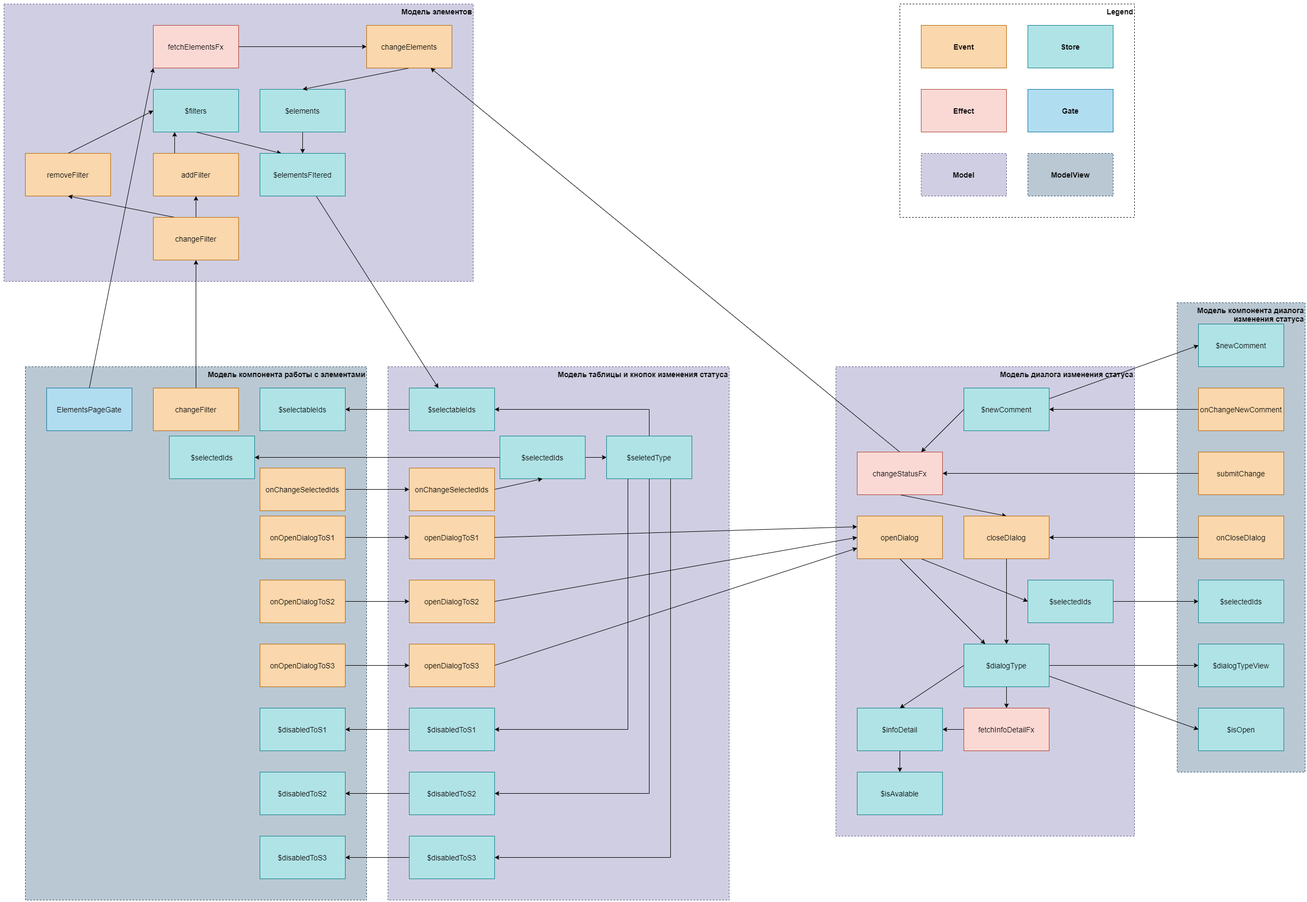
Before: images/elementsControllerModel.png, a diagram exported from draw.io (ZothOmmog/elements-controller). Source tidied: cells renumbered, new cells last; positions are measured from the earlier drawing's top-left corner, leaving out a move shared by most shapes.
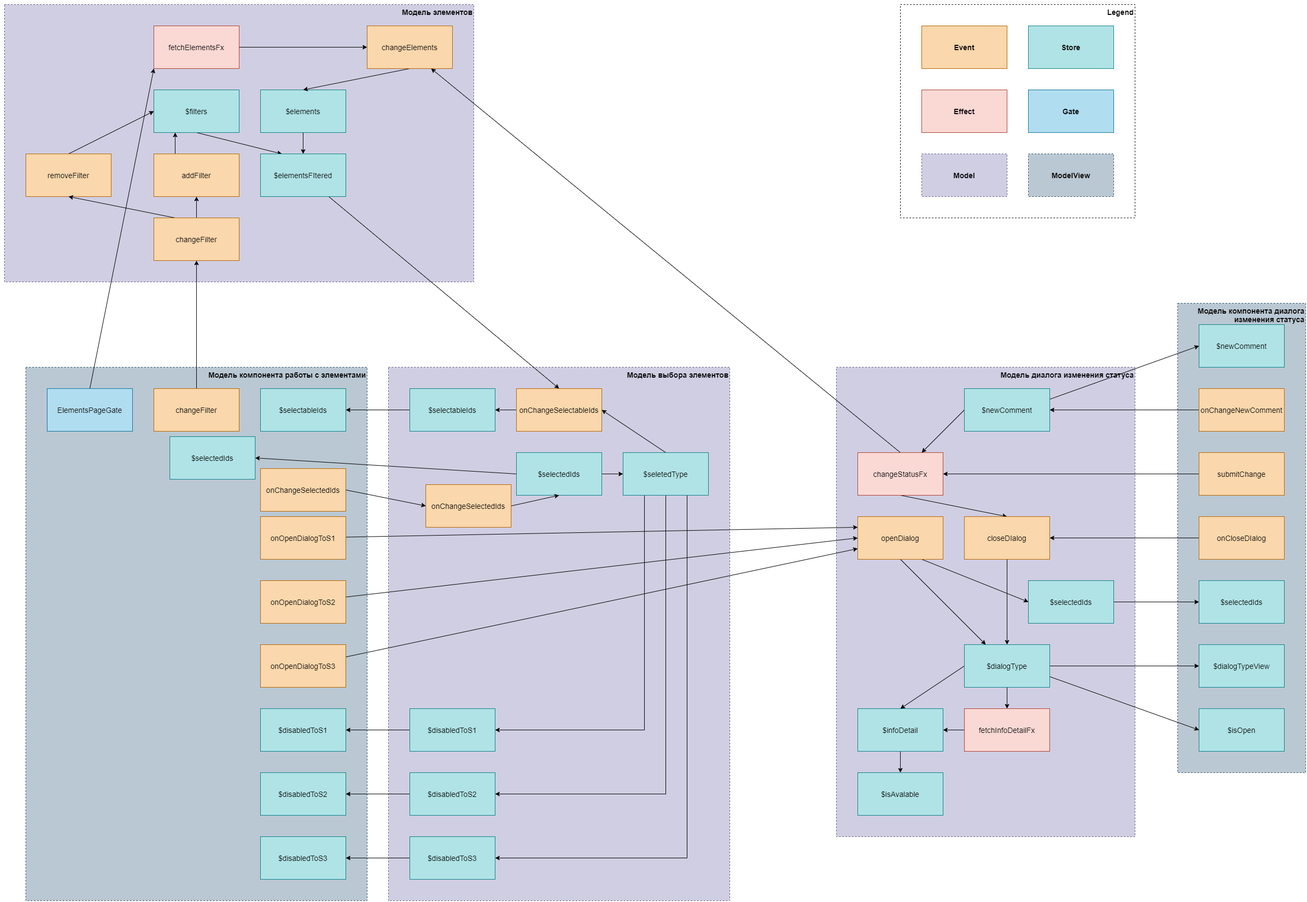
Above is the later version.

Commit message:
Fix model color

The edit, as a diff of the source:
```diff
@@ -11,7 +11,7 @@
     <mxCell id="4" value="removeFilter" style="rounded=0;whiteSpace=wrap;html=1;fontSize=14;align=center;fillColor=#fad7ac;strokeColor=#b46504;" parent="1" vertex="1">
       <mxGeometry x="40" y="280" width="160" height="80" as="geometry" />
     </mxCell>
-    <mxCell id="5" value="Модель таблицы и кнопок изменения статуса" style="rounded=0;whiteSpace=wrap;html=1;fillColor=#d0cee2;dashed=1;verticalAlign=top;align=right;fontSize=14;fontStyle=1;strokeColor=#56517e;" parent="1" vertex="1">
+    <mxCell id="5" value="Модель выбора элементов" style="rounded=0;whiteSpace=wrap;html=1;fillColor=#d0cee2;dashed=1;verticalAlign=top;align=right;fontSize=14;fontStyle=1;strokeColor=#56517e;" parent="1" vertex="1">
       <mxGeometry x="720" y="680" width="640" height="1000" as="geometry" />
     </mxCell>
     <mxCell id="6" value="Модель компонента диалога изменения статуса" style="rounded=0;whiteSpace=wrap;html=1;fillColor=#bac8d3;dashed=1;verticalAlign=top;align=right;fontSize=14;fontStyle=1;strokeColor=#23445d;" parent="1" vertex="1">
@@ -38,7 +38,7 @@
     <mxCell id="13" value="$filters" style="rounded=0;whiteSpace=wrap;html=1;fontSize=14;align=center;fillColor=#b0e3e6;strokeColor=#0e8088;" parent="1" vertex="1">
       <mxGeometry x="280" y="160" width="160" height="80" as="geometry" />
     </mxCell>
-    <mxCell id="14" style="edgeStyle=none;rounded=0;jettySize=auto;html=1;fontSize=14;" parent="1" edge="1" source="15" target="51">
+    <mxCell id="14" style="edgeStyle=none;rounded=0;jettySize=auto;html=1;fontSize=14;entryX=0.5;entryY=0;entryDx=0;entryDy=0;" parent="1" edge="1" source="15" target="108">
       <mxGeometry relative="1" as="geometry" />
     </mxCell>
     <mxCell id="15" value="$elementsFItered" style="rounded=0;whiteSpace=wrap;html=1;fontSize=14;align=center;fillColor=#b0e3e6;strokeColor=#0e8088;" parent="1" vertex="1">
@@ -144,7 +144,7 @@
       <mxGeometry relative="1" as="geometry" />
     </mxCell>
     <mxCell id="49" value="$selectedIds" style="rounded=0;whiteSpace=wrap;html=1;fontSize=14;align=center;fillColor=#b0e3e6;strokeColor=#0e8088;" parent="1" vertex="1">
-      <mxGeometry x="930" y="810" width="160" height="80" as="geometry" />
+      <mxGeometry x="960" y="840" width="160" height="80" as="geometry" />
     </mxCell>
     <mxCell id="50" style="edgeStyle=none;rounded=0;jettySize=auto;html=1;fontSize=14;" parent="1" edge="1" source="51" target="87">
       <mxGeometry relative="1" as="geometry" />
@@ -158,37 +158,19 @@
     <mxCell id="53" value="ElementsPageGate" style="rounded=0;whiteSpace=wrap;html=1;fontSize=14;align=center;fillColor=#b1ddf0;strokeColor=#10739e;" parent="1" vertex="1">
       <mxGeometry x="80" y="720" width="160" height="80" as="geometry" />
     </mxCell>
-    <mxCell id="54" style="rounded=0;jettySize=auto;html=1;exitX=1;exitY=0.5;exitDx=0;exitDy=0;entryX=0;entryY=0.25;entryDx=0;entryDy=0;fontSize=14;" parent="1" edge="1" source="55" target="32">
-      <mxGeometry relative="1" as="geometry" />
-    </mxCell>
-    <mxCell id="55" value="openDialogToS1" style="rounded=0;whiteSpace=wrap;html=1;fontSize=14;align=center;fillColor=#fad7ac;strokeColor=#b46504;" parent="1" vertex="1">
-      <mxGeometry x="760" y="960" width="160" height="80" as="geometry" />
-    </mxCell>
-    <mxCell id="56" style="edgeStyle=none;rounded=0;jettySize=auto;html=1;exitX=1;exitY=0.5;exitDx=0;exitDy=0;entryX=0;entryY=0.5;entryDx=0;entryDy=0;fontSize=14;" parent="1" edge="1" source="57" target="32">
-      <mxGeometry relative="1" as="geometry" />
-    </mxCell>
-    <mxCell id="57" value="openDialogToS2" style="rounded=0;whiteSpace=wrap;html=1;fontSize=14;align=center;fillColor=#fad7ac;strokeColor=#b46504;" parent="1" vertex="1">
-      <mxGeometry x="760" y="1080" width="160" height="80" as="geometry" />
-    </mxCell>
-    <mxCell id="58" style="edgeStyle=none;rounded=0;jettySize=auto;html=1;exitX=1;exitY=0.5;exitDx=0;exitDy=0;entryX=0;entryY=0.75;entryDx=0;entryDy=0;fontSize=14;" parent="1" edge="1" source="59" target="32">
-      <mxGeometry relative="1" as="geometry" />
-    </mxCell>
-    <mxCell id="59" value="openDialogToS3" style="rounded=0;whiteSpace=wrap;html=1;fontSize=14;align=center;fillColor=#fad7ac;strokeColor=#b46504;" parent="1" vertex="1">
-      <mxGeometry x="760" y="1200" width="160" height="80" as="geometry" />
-    </mxCell>
-    <mxCell id="60" style="edgeStyle=none;rounded=0;jettySize=auto;html=1;fontSize=14;" parent="1" edge="1" source="61" target="55">
+    <mxCell id="60" style="edgeStyle=none;rounded=0;jettySize=auto;html=1;fontSize=14;entryX=0;entryY=0.25;entryDx=0;entryDy=0;" parent="1" edge="1" source="61" target="32">
       <mxGeometry relative="1" as="geometry" />
     </mxCell>
     <mxCell id="61" value="onOpenDialogToS1" style="rounded=0;whiteSpace=wrap;html=1;fontSize=14;align=center;fillColor=#fad7ac;strokeColor=#b46504;" parent="1" vertex="1">
       <mxGeometry x="480" y="960" width="160" height="80" as="geometry" />
     </mxCell>
-    <mxCell id="62" style="edgeStyle=none;rounded=0;jettySize=auto;html=1;fontSize=14;" parent="1" edge="1" source="63" target="57">
+    <mxCell id="62" style="edgeStyle=none;rounded=0;jettySize=auto;html=1;fontSize=14;entryX=0;entryY=0.5;entryDx=0;entryDy=0;" parent="1" edge="1" source="63" target="32">
       <mxGeometry relative="1" as="geometry" />
     </mxCell>
     <mxCell id="63" value="onOpenDialogToS2" style="rounded=0;whiteSpace=wrap;html=1;fontSize=14;align=center;fillColor=#fad7ac;strokeColor=#b46504;" parent="1" vertex="1">
       <mxGeometry x="480" y="1080" width="160" height="80" as="geometry" />
     </mxCell>
-    <mxCell id="64" style="edgeStyle=none;rounded=0;jettySize=auto;html=1;fontSize=14;" parent="1" edge="1" source="65" target="59">
+    <mxCell id="64" style="edgeStyle=none;rounded=0;jettySize=auto;html=1;fontSize=14;entryX=0;entryY=0.75;entryDx=0;entryDy=0;" parent="1" edge="1" source="65" target="32">
       <mxGeometry relative="1" as="geometry" />
     </mxCell>
     <mxCell id="65" value="onOpenDialogToS3" style="rounded=0;whiteSpace=wrap;html=1;fontSize=14;align=center;fillColor=#fad7ac;strokeColor=#b46504;" parent="1" vertex="1">
@@ -278,11 +260,11 @@
     <mxCell id="93" style="edgeStyle=orthogonalEdgeStyle;rounded=0;jettySize=auto;html=1;exitX=0.75;exitY=1;exitDx=0;exitDy=0;entryX=1;entryY=0.5;entryDx=0;entryDy=0;fontSize=14;" parent="1" edge="1" source="95" target="71">
       <mxGeometry relative="1" as="geometry" />
     </mxCell>
-    <mxCell id="94" style="edgeStyle=orthogonalEdgeStyle;rounded=0;jettySize=auto;html=1;exitX=0.5;exitY=0;exitDx=0;exitDy=0;entryX=1;entryY=0.5;entryDx=0;entryDy=0;fontSize=14;" parent="1" edge="1" source="95" target="51">
-      <mxGeometry relative="1" as="geometry" />
-    </mxCell>
+    <mxCell id="106" style="edgeStyle=none;rounded=0;jettySize=auto;html=1;exitX=0.5;exitY=0;exitDx=0;exitDy=0;entryX=1;entryY=0.5;entryDx=0;entryDy=0;" parent="1" edge="1" source="95" target="108">
+      <mxGeometry relative="1" as="geometry" />
+    </mxCell>
     <mxCell id="95" value="$seletedType" style="rounded=0;whiteSpace=wrap;html=1;fontSize=14;align=center;fillColor=#b0e3e6;strokeColor=#0e8088;" parent="1" vertex="1">
-      <mxGeometry x="1130" y="810" width="160" height="80" as="geometry" />
+      <mxGeometry x="1160" y="840" width="160" height="80" as="geometry" />
     </mxCell>
     <mxCell id="96" value="$selectedIds" style="rounded=0;whiteSpace=wrap;html=1;fontSize=14;align=center;fillColor=#b0e3e6;strokeColor=#0e8088;" parent="1" vertex="1">
       <mxGeometry x="310" y="810" width="160" height="80" as="geometry" />
@@ -306,7 +288,7 @@
       <mxGeometry relative="1" as="geometry" />
     </mxCell>
     <mxCell id="103" value="onChangeSelectedIds" style="rounded=0;whiteSpace=wrap;html=1;fontSize=14;align=center;fillColor=#fad7ac;strokeColor=#b46504;" parent="1" vertex="1">
-      <mxGeometry x="760" y="870" width="160" height="80" as="geometry" />
+      <mxGeometry x="790" y="900" width="160" height="80" as="geometry" />
     </mxCell>
     <mxCell id="104" style="rounded=0;jettySize=auto;html=1;exitX=0.5;exitY=1;exitDx=0;exitDy=0;entryX=0.5;entryY=0;entryDx=0;entryDy=0;" parent="1" edge="1" source="105" target="11">
       <mxGeometry relative="1" as="geometry" />
@@ -314,5 +296,11 @@
     <mxCell id="105" value="changeElements" style="rounded=0;whiteSpace=wrap;html=1;fontSize=14;align=center;fillColor=#fad7ac;strokeColor=#b46504;" parent="1" vertex="1">
       <mxGeometry x="680" y="40" width="160" height="80" as="geometry" />
     </mxCell>
+    <mxCell id="107" style="edgeStyle=none;rounded=0;jettySize=auto;html=1;exitX=0;exitY=0.5;exitDx=0;exitDy=0;entryX=1;entryY=0.5;entryDx=0;entryDy=0;" parent="1" edge="1" source="108" target="51">
+      <mxGeometry relative="1" as="geometry" />
+    </mxCell>
+    <mxCell id="108" value="onChangeSelectableIds" style="rounded=0;whiteSpace=wrap;html=1;fontSize=14;align=center;fillColor=#fad7ac;strokeColor=#b46504;" parent="1" vertex="1">
+      <mxGeometry x="960" y="720" width="160" height="80" as="geometry" />
+    </mxCell>
   </root>
 </mxGraphModel>
```
